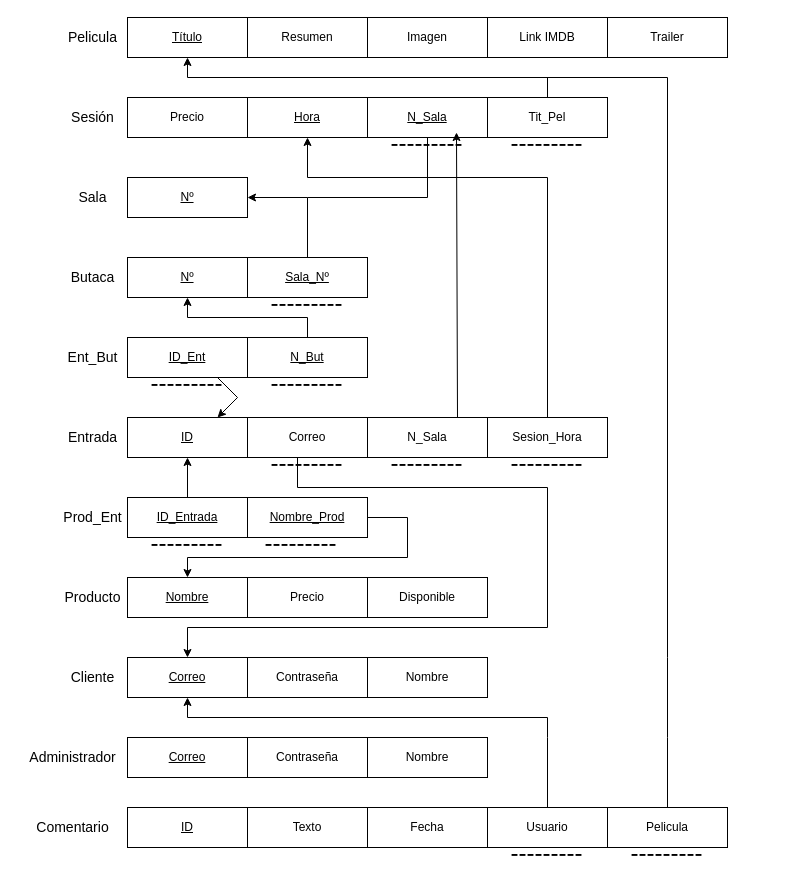
alberto872189/Sisinf keeps this draw.io diagram as Relacional_Desacine.drawio. Above is the earlier version. Source tidied: cells renumbered, new cells numbered last; positions are measured from the earlier drawing's top-left corner, leaving out a move shared by most shapes. Both pictures are drawn from the tidied source at 100%, with x=0, y=0 at pixel (17, 17).
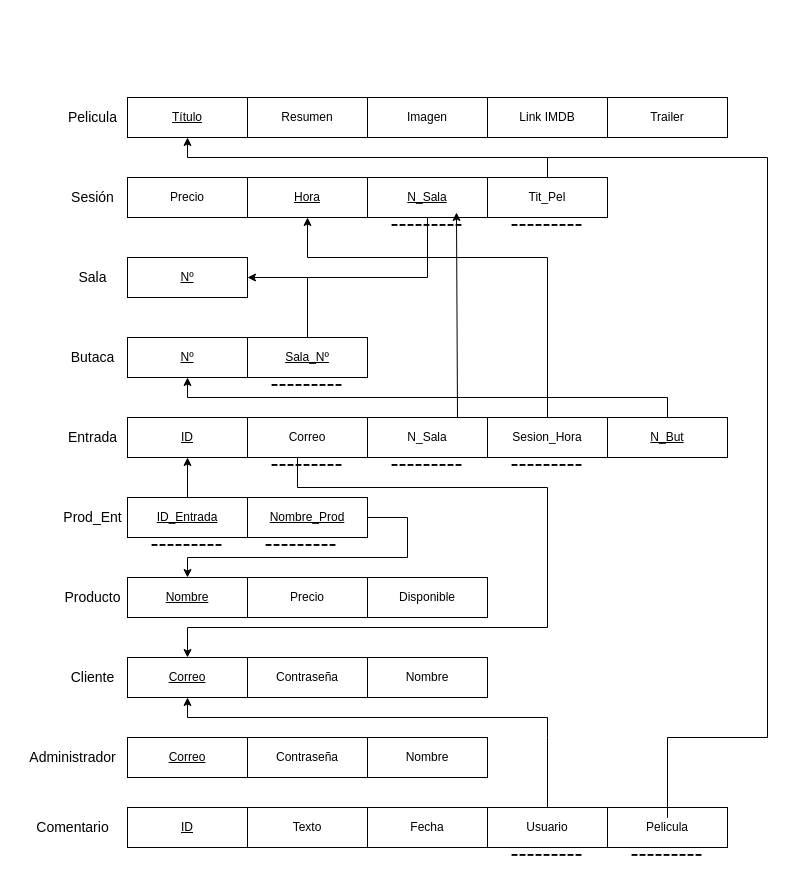
The same page after the edit.

Commit message (it also covers changes not shown here):
E-R y Relacional actualizado

Unchanged cells that the change refers to:
```xml
<mxCell id="19" value="&lt;u&gt;ID&lt;/u&gt;" style="rounded=0;whiteSpace=wrap;html=1;" parent="1" vertex="1">
  <mxGeometry x="110" y="400" width="120" height="40" as="geometry" />
</mxCell>
<mxCell id="23" value="Sesion_Hora" style="rounded=0;whiteSpace=wrap;html=1;" parent="1" vertex="1">
  <mxGeometry x="470" y="400" width="120" height="40" as="geometry" />
</mxCell>
<mxCell id="65" value="Pelicula" style="rounded=0;whiteSpace=wrap;html=1;" parent="1" vertex="1">
  <mxGeometry x="590" y="790" width="120" height="40" as="geometry" />
</mxCell>
```

What changed in the source:
```diff
@@
     <mxCell id="2" value="&lt;u&gt;Nº&lt;/u&gt;" style="rounded=0;whiteSpace=wrap;html=1;" parent="1" vertex="1">
-      <mxGeometry x="110" y="240" width="120" height="40" as="geometry" />
+      <mxGeometry x="110" y="320" width="120" height="40" as="geometry" />
     </mxCell>
     <mxCell id="3" value="&lt;font style=&quot;font-size: 14px;&quot;&gt;Butaca&lt;/font&gt;" style="text;html=1;align=center;verticalAlign=middle;strokeColor=none;fillColor=none;" parent="1" vertex="1">
-      <mxGeometry x="40" y="245" width="70" height="30" as="geometry" />
+      <mxGeometry x="40" y="325" width="70" height="30" as="geometry" />
     </mxCell>
     <mxCell id="4" value="&lt;u&gt;Sala_Nº&lt;/u&gt;" style="rounded=0;whiteSpace=wrap;html=1;" parent="1" vertex="1">
-      <mxGeometry x="230" y="240" width="120" height="40" as="geometry" />
+      <mxGeometry x="230" y="320" width="120" height="40" as="geometry" />
     </mxCell>
     <mxCell id="5" value="&lt;font style=&quot;font-size: 24px;&quot;&gt;---------&lt;/font&gt;" style="text;html=1;align=center;verticalAlign=middle;strokeColor=none;fillColor=none;rotation=180;" parent="1" vertex="1">
-      <mxGeometry x="240" y="270" width="100" height="40" as="geometry" />
+      <mxGeometry x="240" y="350" width="100" height="40" as="geometry" />
     </mxCell>
     <mxCell id="6" value="&lt;u&gt;Nº&lt;/u&gt;" style="rounded=0;whiteSpace=wrap;html=1;" parent="1" vertex="1">
-      <mxGeometry x="110" y="160" width="120" height="40" as="geometry" />
+      <mxGeometry x="110" y="240" width="120" height="40" as="geometry" />
     </mxCell>
     <mxCell id="7" value="&lt;font style=&quot;font-size: 14px;&quot;&gt;Sala&lt;/font&gt;" style="text;html=1;align=center;verticalAlign=middle;strokeColor=none;fillColor=none;" parent="1" vertex="1">
-      <mxGeometry x="50" y="165" width="50" height="30" as="geometry" />
+      <mxGeometry x="50" y="245" width="50" height="30" as="geometry" />
     </mxCell>
     <mxCell id="8" value="&lt;u&gt;Título&lt;/u&gt;" style="rounded=0;whiteSpace=wrap;html=1;" parent="1" vertex="1">
-      <mxGeometry x="110" width="120" height="40" as="geometry" />
+      <mxGeometry x="110" y="80" width="120" height="40" as="geometry" />
     </mxCell>
     <mxCell id="9" value="&lt;font style=&quot;font-size: 14px;&quot;&gt;Pelicula&lt;/font&gt;" style="text;html=1;align=center;verticalAlign=middle;strokeColor=none;fillColor=none;" parent="1" vertex="1">
-      <mxGeometry x="40" y="5" width="70" height="30" as="geometry" />
+      <mxGeometry x="40" y="85" width="70" height="30" as="geometry" />
     </mxCell>
     <mxCell id="10" value="Resumen" style="rounded=0;whiteSpace=wrap;html=1;" parent="1" vertex="1">
-      <mxGeometry x="230" width="120" height="40" as="geometry" />
+      <mxGeometry x="230" y="80" width="120" height="40" as="geometry" />
     </mxCell>
     <mxCell id="11" value="Imagen" style="rounded=0;whiteSpace=wrap;html=1;" parent="1" vertex="1">
-      <mxGeometry x="350" width="120" height="40" as="geometry" />
+      <mxGeometry x="350" y="80" width="120" height="40" as="geometry" />
     </mxCell>
     <mxCell id="12" value="Link IMDB" style="rounded=0;whiteSpace=wrap;html=1;" parent="1" vertex="1">
-      <mxGeometry x="470" width="120" height="40" as="geometry" />
+      <mxGeometry x="470" y="80" width="120" height="40" as="geometry" />
     </mxCell>
     <mxCell id="13" value="Trailer" style="rounded=0;whiteSpace=wrap;html=1;" parent="1" vertex="1">
-      <mxGeometry x="590" width="120" height="40" as="geometry" />
+      <mxGeometry x="590" y="80" width="120" height="40" as="geometry" />
     </mxCell>
     <mxCell id="14" value="&lt;font style=&quot;font-size: 14px;&quot;&gt;Sesión&lt;/font&gt;" style="text;html=1;align=center;verticalAlign=middle;strokeColor=none;fillColor=none;" parent="1" vertex="1">
-      <mxGeometry x="40" y="85" width="70" height="30" as="geometry" />
+      <mxGeometry x="40" y="165" width="70" height="30" as="geometry" />
     </mxCell>
     <mxCell id="15" value="Precio" style="rounded=0;whiteSpace=wrap;html=1;" parent="1" vertex="1">
-      <mxGeometry x="110" y="80" width="120" height="40" as="geometry" />
+      <mxGeometry x="110" y="160" width="120" height="40" as="geometry" />
     </mxCell>
     <mxCell id="16" value="&lt;u&gt;Hora&lt;/u&gt;" style="rounded=0;whiteSpace=wrap;html=1;" parent="1" vertex="1">
-      <mxGeometry x="230" y="80" width="120" height="40" as="geometry" />
+      <mxGeometry x="230" y="160" width="120" height="40" as="geometry" />
     </mxCell>
     <mxCell id="17" value="Tit_Pel" style="rounded=0;whiteSpace=wrap;html=1;" parent="1" vertex="1">
-      <mxGeometry x="470" y="80" width="120" height="40" as="geometry" />
+      <mxGeometry x="470" y="160" width="120" height="40" as="geometry" />
     </mxCell>
     <mxCell id="18" value="&lt;u&gt;N_Sala&lt;/u&gt;" style="rounded=0;whiteSpace=wrap;html=1;" parent="1" vertex="1">
-      <mxGeometry x="350" y="80" width="120" height="40" as="geometry" />
+      <mxGeometry x="350" y="160" width="120" height="40" as="geometry" />
     </mxCell>
@@
-    <mxCell id="44" value="&lt;u&gt;ID_Ent&lt;/u&gt;" style="rounded=0;whiteSpace=wrap;html=1;" parent="1" vertex="1">
-      <mxGeometry x="110" y="320" width="120" height="40" as="geometry" />
-    </mxCell>
-    <mxCell id="45" value="&lt;font style=&quot;font-size: 14px;&quot;&gt;Ent_But&lt;/font&gt;" style="text;html=1;align=center;verticalAlign=middle;strokeColor=none;fillColor=none;" parent="1" vertex="1">
-      <mxGeometry x="40" y="325" width="70" height="30" as="geometry" />
-    </mxCell>
     <mxCell id="46" value="&lt;u&gt;N_But&lt;/u&gt;" style="rounded=0;whiteSpace=wrap;html=1;" parent="1" vertex="1">
-      <mxGeometry x="230" y="320" width="120" height="40" as="geometry" />
+      <mxGeometry x="590" y="400" width="120" height="40" as="geometry" />
     </mxCell>
-    <mxCell id="47" value="&lt;font style=&quot;font-size: 24px;&quot;&gt;---------&lt;/font&gt;" style="text;html=1;align=center;verticalAlign=middle;strokeColor=none;fillColor=none;rotation=180;" parent="1" vertex="1">
-      <mxGeometry x="120" y="350" width="100" height="40" as="geometry" />
-    </mxCell>
-    <mxCell id="48" value="&lt;font style=&quot;font-size: 24px;&quot;&gt;---------&lt;/font&gt;" style="text;html=1;align=center;verticalAlign=middle;strokeColor=none;fillColor=none;rotation=180;" parent="1" vertex="1">
-      <mxGeometry x="240" y="350" width="100" height="40" as="geometry" />
-    </mxCell>
     <mxCell id="49" style="endArrow=classic;html=1;rounded=0;exitX=0.5;exitY=0;exitDx=0;exitDy=0;entryX=0.5;entryY=1;entryDx=0;entryDy=0;" parent="1" edge="1" source="46" target="2">
       <mxGeometry relative="1" as="geometry">
         <Array as="points">
-          <mxPoint x="290" y="300" />
-          <mxPoint x="170" y="300" />
+          <mxPoint x="650" y="380" />
+          <mxPoint x="170" y="380" />
         </Array>
       </mxGeometry>
     </mxCell>
-    <mxCell id="50" style="endArrow=classic;html=1;rounded=0;exitX=0.75;exitY=1;exitDx=0;exitDy=0;entryX=0.75;entryY=0;entryDx=0;entryDy=0;" parent="1" edge="1" source="44" target="19">
-      <mxGeometry relative="1" as="geometry">
-        <Array as="points">
-          <mxPoint x="220" y="380" />
-        </Array>
-      </mxGeometry>
-    </mxCell>
     <mxCell id="51" style="endArrow=classic;html=1;rounded=0;exitX=0.5;exitY=0;exitDx=0;exitDy=0;entryX=1;entryY=0.5;entryDx=0;entryDy=0;" parent="1" edge="1" source="4" target="6">
       <mxGeometry relative="1" as="geometry">
         <Array as="points">
-          <mxPoint x="290" y="180" />
+          <mxPoint x="290" y="260" />
         </Array>
       </mxGeometry>
     </mxCell>
     <mxCell id="52" style="endArrow=none;html=1;rounded=0;entryX=0.5;entryY=1;entryDx=0;entryDy=0;" parent="1" edge="1" target="18">
       <mxGeometry relative="1" as="geometry">
-        <mxPoint x="290" y="180" as="sourcePoint" />
+        <mxPoint x="290" y="260" as="sourcePoint" />
         <Array as="points">
-          <mxPoint x="410" y="180" />
+          <mxPoint x="410" y="260" />
         </Array>
       </mxGeometry>
     </mxCell>
     <mxCell id="53" style="endArrow=classic;html=1;rounded=0;exitX=0.5;exitY=0;exitDx=0;exitDy=0;entryX=0.5;entryY=1;entryDx=0;entryDy=0;" parent="1" edge="1" source="17" target="8">
       <mxGeometry relative="1" as="geometry">
         <Array as="points">
-          <mxPoint x="530" y="60" />
-          <mxPoint x="170" y="60" />
+          <mxPoint x="530" y="140" />
+          <mxPoint x="170" y="140" />
         </Array>
       </mxGeometry>
     </mxCell>
     <mxCell id="54" value="&lt;font style=&quot;font-size: 24px;&quot;&gt;---------&lt;/font&gt;" style="text;html=1;align=center;verticalAlign=middle;points=[];strokeColor=none;fillColor=none;rotation=180;" parent="1" vertex="1">
-      <mxGeometry x="360" y="110" width="100" height="40" as="geometry" />
+      <mxGeometry x="360" y="190" width="100" height="40" as="geometry" />
     </mxCell>
     <mxCell id="55" value="&lt;font style=&quot;font-size: 24px;&quot;&gt;---------&lt;/font&gt;" style="text;html=1;align=center;verticalAlign=middle;strokeColor=none;fillColor=none;rotation=180;" parent="1" vertex="1">
-      <mxGeometry x="480" y="110" width="100" height="40" as="geometry" />
+      <mxGeometry x="480" y="190" width="100" height="40" as="geometry" />
     </mxCell>
     <mxCell id="56" style="endArrow=classic;html=1;rounded=0;exitX=0.5;exitY=0;exitDx=0;exitDy=0;entryX=0.5;entryY=1;entryDx=0;entryDy=0;" parent="1" edge="1" source="23" target="16">
       <mxGeometry relative="1" as="geometry">
         <Array as="points">
-          <mxPoint x="530" y="160" />
-          <mxPoint x="290" y="160" />
+          <mxPoint x="530" y="240" />
+          <mxPoint x="290" y="240" />
         </Array>
       </mxGeometry>
     </mxCell>
@@
     <mxCell id="69" style="endArrow=none;html=1;rounded=0;entryX=0.5;entryY=0;entryDx=0;entryDy=0;endFill=0;" parent="1" edge="1" target="65">
       <mxGeometry relative="1" as="geometry">
-        <mxPoint x="527" y="60" as="sourcePoint" />
+        <mxPoint x="527" y="140" as="sourcePoint" />
         <Array as="points">
-          <mxPoint x="650" y="60" />
-          <mxPoint x="650" y="640" />
+          <mxPoint x="750" y="140" />
+          <mxPoint x="750" y="720" />
           <mxPoint x="650" y="720" />
+          <mxPoint x="650" y="800" />
         </Array>
       </mxGeometry>
     </mxCell>
```
